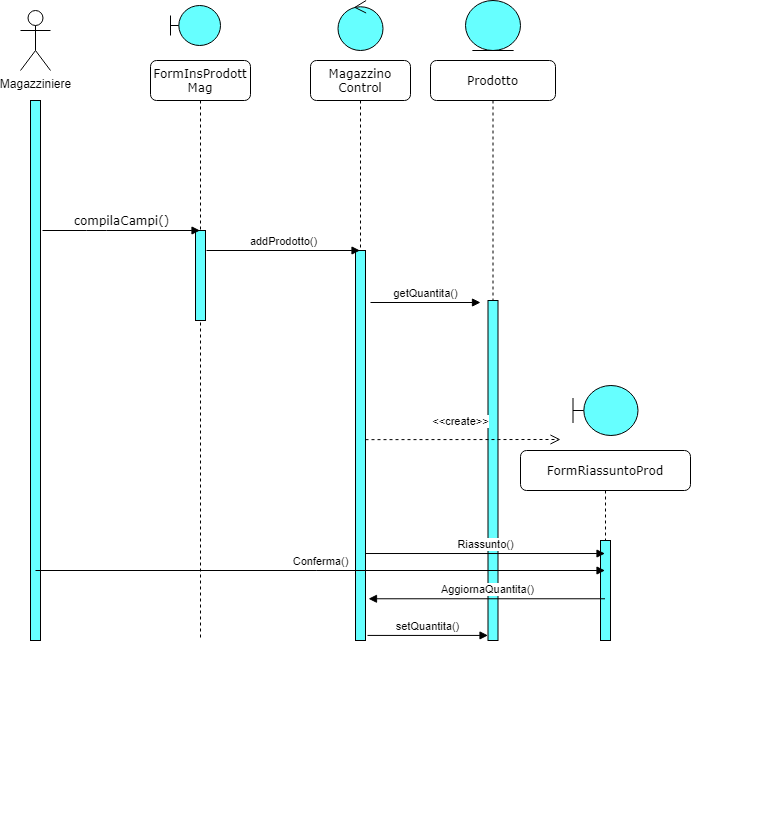
The draw.io diagram documentazioneRAD/Object&SequenceDiagram/SD_2.png in Ciro-Fusco/NewDM, before a commit. Source tidied: cells renumbered, new cells last; positions are measured from the earlier drawing's top-left corner, leaving out a move shared by most shapes. Its diagram source:
```xml
<mxGraphModel background="#ffffff">
  <root>
    <mxCell id="0" />
    <mxCell id="1" parent="0" />
    <mxCell id="2" value="FormInsProdott&lt;br&gt;Mag" style="shape=umlLifeline;perimeter=lifelinePerimeter;whiteSpace=wrap;html=1;outlineConnect=0;rounded=1;shadow=0;comic=0;labelBackgroundColor=none;strokeWidth=1;fontFamily=Verdana;fontSize=12;align=center;" parent="1" vertex="1">
      <mxGeometry x="130" y="60" width="100" height="580" as="geometry" />
    </mxCell>
    <mxCell id="3" style="html=1;perimeter=orthogonalPerimeter;rounded=0;shadow=0;comic=0;labelBackgroundColor=none;strokeWidth=1;fontFamily=Verdana;fontSize=12;align=center;fillColor=#66FFFF;" parent="2" vertex="1">
      <mxGeometry x="45" y="170" width="10" height="90" as="geometry" />
    </mxCell>
    <mxCell id="4" value="Magazziniere" style="shape=umlActor;verticalLabelPosition=bottom;verticalAlign=top;html=1;" parent="1" vertex="1">
      <mxGeometry y="10" width="30" height="60" as="geometry" />
    </mxCell>
    <mxCell id="5" style="html=1;perimeter=orthogonalPerimeter;rounded=0;shadow=0;comic=0;labelBackgroundColor=none;strokeWidth=1;fontFamily=Verdana;fontSize=12;align=center;fillColor=#66FFFF;" parent="1" vertex="1">
      <mxGeometry x="10" y="100" width="10" height="540" as="geometry" />
    </mxCell>
    <mxCell id="6" value="Magazzino&lt;br&gt;Control" style="shape=umlLifeline;perimeter=lifelinePerimeter;whiteSpace=wrap;html=1;outlineConnect=0;rounded=1;shadow=0;comic=0;labelBackgroundColor=none;strokeWidth=1;fontFamily=Verdana;fontSize=12;align=center;" parent="1" vertex="1">
      <mxGeometry x="290" y="60" width="100" height="580" as="geometry" />
    </mxCell>
    <mxCell id="7" style="html=1;points=[];perimeter=orthogonalPerimeter;rounded=0;shadow=0;comic=0;labelBackgroundColor=none;strokeWidth=1;fontFamily=Verdana;fontSize=12;align=center;fillColor=#66FFFF;" parent="6" vertex="1">
      <mxGeometry x="45" y="190" width="10" height="390" as="geometry" />
    </mxCell>
    <mxCell id="8" value="compilaCampi()" style="html=1;verticalAlign=bottom;endArrow=block;labelBackgroundColor=none;fontFamily=Verdana;fontSize=12;edgeStyle=elbowEdgeStyle;elbow=vertical;" parent="1" edge="1" target="2">
      <mxGeometry relative="1" as="geometry">
        <mxPoint x="22" y="230" as="sourcePoint" />
      </mxGeometry>
    </mxCell>
    <mxCell id="9" value="addProdotto()" style="html=1;verticalAlign=bottom;endArrow=block;" parent="1" edge="1" target="6">
      <mxGeometry relative="1" as="geometry">
        <mxPoint x="186" y="250" as="sourcePoint" />
      </mxGeometry>
    </mxCell>
    <mxCell id="10" value="getQuantita()" style="html=1;verticalAlign=bottom;endArrow=block;" parent="1" edge="1">
      <mxGeometry relative="1" as="geometry">
        <mxPoint x="350" y="302" as="sourcePoint" />
        <mxPoint x="460" y="302" as="targetPoint" />
      </mxGeometry>
    </mxCell>
    <mxCell id="11" value="Prodotto" style="shape=umlLifeline;perimeter=lifelinePerimeter;whiteSpace=wrap;html=1;rounded=1;shadow=0;comic=0;labelBackgroundColor=none;strokeWidth=1;fontFamily=Verdana;fontSize=12;align=center;" parent="1" vertex="1">
      <mxGeometry x="410" y="60" width="125" height="580" as="geometry" />
    </mxCell>
    <mxCell id="12" style="html=1;points=[];perimeter=orthogonalPerimeter;rounded=0;shadow=0;comic=0;labelBackgroundColor=none;strokeWidth=1;fontFamily=Verdana;fontSize=12;align=center;fillColor=#66FFFF;" parent="11" vertex="1">
      <mxGeometry x="57.5" y="240" width="10" height="340" as="geometry" />
    </mxCell>
    <mxCell id="13" style="edgeStyle=orthogonalEdgeStyle;rounded=0;orthogonalLoop=1;jettySize=auto;html=1;exitX=0.5;exitY=1;exitDx=0;exitDy=0;" parent="1" edge="1">
      <mxGeometry relative="1" as="geometry">
        <mxPoint x="735" y="820" as="sourcePoint" />
        <mxPoint x="735" y="820" as="targetPoint" />
      </mxGeometry>
    </mxCell>
    <mxCell id="14" value="FormRiassuntoProd" style="shape=umlLifeline;perimeter=lifelinePerimeter;whiteSpace=wrap;html=1;outlineConnect=0;rounded=1;shadow=0;comic=0;labelBackgroundColor=none;strokeWidth=1;fontFamily=Verdana;fontSize=12;align=center;" parent="1" vertex="1">
      <mxGeometry x="500" y="450" width="170" height="150" as="geometry" />
    </mxCell>
    <mxCell id="15" style="html=1;perimeter=orthogonalPerimeter;rounded=0;shadow=0;comic=0;labelBackgroundColor=none;strokeWidth=1;fontFamily=Verdana;fontSize=12;align=center;fillColor=#66FFFF;" parent="14" vertex="1">
      <mxGeometry x="80" y="90" width="10" height="100" as="geometry" />
    </mxCell>
    <mxCell id="16" style="shape=umlBoundary;whiteSpace=wrap;html=1;fillColor=#66FFFF;" parent="1" vertex="1">
      <mxGeometry x="150" y="5" width="50" height="40" as="geometry" />
    </mxCell>
    <mxCell id="17" style="ellipse;shape=umlControl;whiteSpace=wrap;html=1;fillColor=#66FFFF;" parent="1" vertex="1">
      <mxGeometry x="317.5" width="45" height="50" as="geometry" />
    </mxCell>
    <mxCell id="18" style="ellipse;shape=umlEntity;whiteSpace=wrap;html=1;fillColor=#66FFFF;" parent="1" vertex="1">
      <mxGeometry x="445" width="55" height="50" as="geometry" />
    </mxCell>
    <mxCell id="19" style="shape=umlBoundary;whiteSpace=wrap;html=1;fillColor=#66FFFF;" parent="1" vertex="1">
      <mxGeometry x="552.5" y="385" width="65" height="50" as="geometry" />
    </mxCell>
    <mxCell id="20" value="Riassunto()" style="html=1;verticalAlign=bottom;endArrow=block;exitX=1;exitY=0.777;exitDx=0;exitDy=0;exitPerimeter=0;" parent="1" edge="1" source="7" target="14">
      <mxGeometry relative="1" as="geometry" />
    </mxCell>
    <mxCell id="21" value="AggiornaQuantita()" style="html=1;verticalAlign=bottom;endArrow=block;entryX=1.3;entryY=0.893;entryDx=0;entryDy=0;entryPerimeter=0;" parent="1" edge="1" source="14" target="7">
      <mxGeometry relative="1" as="geometry" />
    </mxCell>
    <mxCell id="22" value="setQuantita()" style="html=1;verticalAlign=bottom;endArrow=block;exitX=1.2;exitY=0.987;exitDx=0;exitDy=0;exitPerimeter=0;" parent="1" edge="1" source="7" target="12">
      <mxGeometry relative="1" as="geometry" />
    </mxCell>
    <mxCell id="23" value="&amp;lt;&amp;lt;create&amp;gt;&amp;gt;" style="html=1;verticalAlign=bottom;endArrow=open;dashed=1;endSize=8;exitX=1;exitY=0.485;exitDx=0;exitDy=0;exitPerimeter=0;" parent="1" edge="1" source="7">
      <mxGeometry x="-0.03" y="9" relative="1" as="geometry">
        <mxPoint x="540" y="439" as="targetPoint" />
      </mxGeometry>
    </mxCell>
    <mxCell id="24" value="Conferma()" style="html=1;verticalAlign=bottom;endArrow=block;" parent="1" edge="1" target="14">
      <mxGeometry relative="1" as="geometry">
        <mxPoint x="15" y="570" as="sourcePoint" />
      </mxGeometry>
    </mxCell>
  </root>
</mxGraphModel>
```
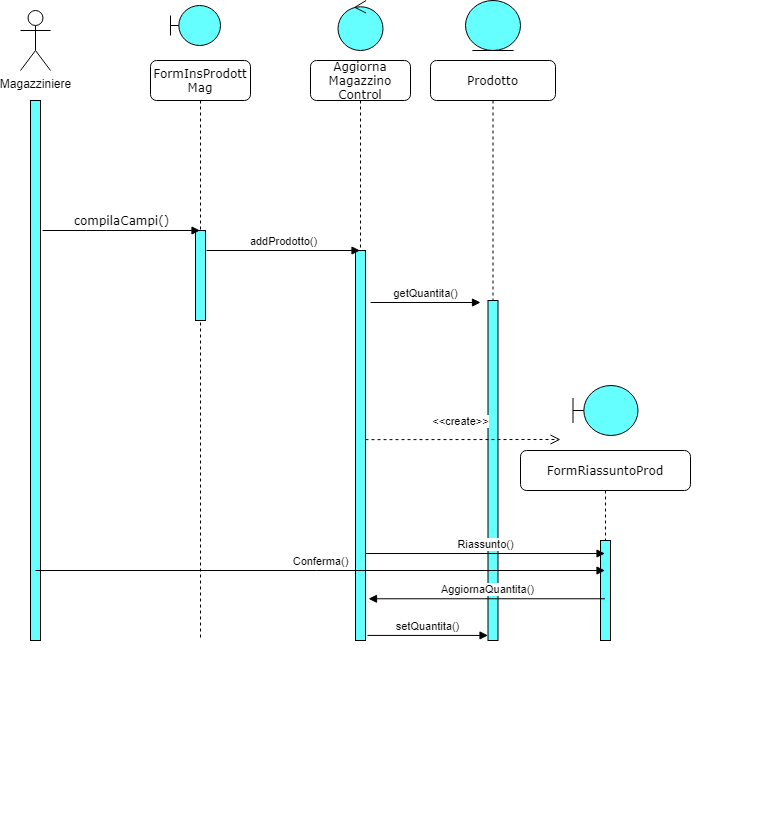
Later version of the same file.

Diff of the diagram source:
```diff
@@ -14,7 +14,7 @@
     <mxCell id="5" style="html=1;perimeter=orthogonalPerimeter;rounded=0;shadow=0;comic=0;labelBackgroundColor=none;strokeWidth=1;fontFamily=Verdana;fontSize=12;align=center;fillColor=#66FFFF;" parent="1" vertex="1">
       <mxGeometry x="10" y="100" width="10" height="540" as="geometry" />
     </mxCell>
-    <mxCell id="6" value="Magazzino&lt;br&gt;Control" style="shape=umlLifeline;perimeter=lifelinePerimeter;whiteSpace=wrap;html=1;outlineConnect=0;rounded=1;shadow=0;comic=0;labelBackgroundColor=none;strokeWidth=1;fontFamily=Verdana;fontSize=12;align=center;" parent="1" vertex="1">
+    <mxCell id="6" value="Aggiorna&lt;br&gt;Magazzino&lt;br&gt;Control" style="shape=umlLifeline;perimeter=lifelinePerimeter;whiteSpace=wrap;html=1;outlineConnect=0;rounded=1;shadow=0;comic=0;labelBackgroundColor=none;strokeWidth=1;fontFamily=Verdana;fontSize=12;align=center;" parent="1" vertex="1">
       <mxGeometry x="290" y="60" width="100" height="580" as="geometry" />
     </mxCell>
     <mxCell id="7" style="html=1;points=[];perimeter=orthogonalPerimeter;rounded=0;shadow=0;comic=0;labelBackgroundColor=none;strokeWidth=1;fontFamily=Verdana;fontSize=12;align=center;fillColor=#66FFFF;" parent="6" vertex="1">
```
